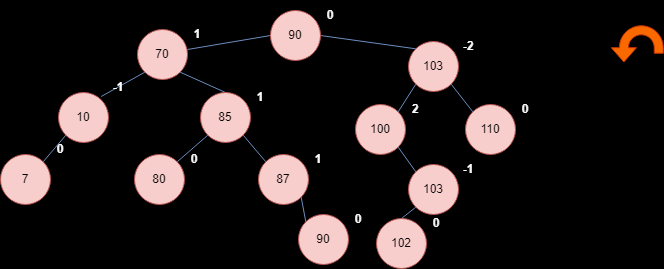
Earlier version of the draw.io export arbolBin.png (AnaTuPatrona/pepito). Source tidied: cells renumbered, new cells last; positions are measured from the earlier drawing's top-left corner, leaving out a move shared by most shapes.
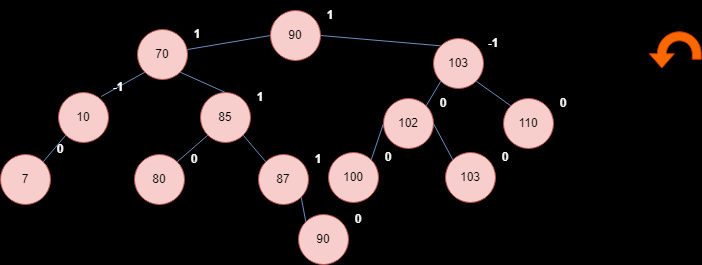
Above is the later version.

Diff of the diagram source:
```diff
@@ -36,25 +36,25 @@
       <mxGeometry relative="1" as="geometry" />
     </mxCell>
     <mxCell id="13" style="html=1;shadow=0;dashed=0;align=center;verticalAlign=middle;shape=mxgraph.arrows2.uTurnArrow;dy=4.5;arrowHead=25.23;dx2=14.37;strokeColor=#C73500;fontFamily=Helvetica;fontSize=12;fontColor=#000000;fillColor=#fa6800;rotation=90;flipH=0;flipV=1;" parent="1" vertex="1">
-      <mxGeometry x="623" y="13" width="27.5" height="52" as="geometry" />
+      <mxGeometry x="661" y="19" width="27.5" height="52" as="geometry" />
     </mxCell>
     <mxCell id="14" style="edgeStyle=orthogonalEdgeStyle;rounded=0;jettySize=auto;html=1;fontFamily=Helvetica;fontSize=12;fontColor=#FAFAFA;strokeColor=none;" parent="1" edge="1" source="8" target="10">
       <mxGeometry relative="1" as="geometry" />
     </mxCell>
     <mxCell id="15" style="group;" parent="1" vertex="1">
-      <mxGeometry x="408" y="31" width="70" height="60" as="geometry" />
+      <mxGeometry x="433" y="28" width="70" height="60" as="geometry" />
     </mxCell>
     <mxCell id="16" value="103" style="ellipse;whiteSpace=wrap;html=1;fillColor=#f8cecc;strokeColor=#b85450;" parent="15" vertex="1">
       <mxGeometry y="10" width="50" height="50" as="geometry" />
     </mxCell>
-    <mxCell id="17" value="-2" style="text;html=1;align=center;verticalAlign=middle;whiteSpace=wrap;rounded=0;fontFamily=Helvetica;fontSize=12;glass=0;shadow=0;dashed=1;dashPattern=8 8;fontStyle=1;fontColor=#FAFAFA;" parent="15" vertex="1">
+    <mxCell id="17" value="-1" style="text;html=1;align=center;verticalAlign=middle;whiteSpace=wrap;rounded=0;fontFamily=Helvetica;fontSize=12;glass=0;shadow=0;dashed=1;dashPattern=8 8;fontStyle=1;fontColor=#FAFAFA;" parent="15" vertex="1">
       <mxGeometry x="50" width="20" height="30" as="geometry" />
     </mxCell>
     <mxCell id="18" style="endArrow=none;html=1;rounded=0;fontFamily=Helvetica;fontSize=12;fontColor=default;fillColor=#dae8fc;strokeColor=#6c8ebf;entryX=0;entryY=0;entryDx=0;entryDy=0;exitX=1;exitY=0.5;exitDx=0;exitDy=0;" parent="1" edge="1" source="28" target="16">
       <mxGeometry relative="1" as="geometry" />
     </mxCell>
     <mxCell id="19" style="group;" parent="1" vertex="1">
-      <mxGeometry x="465" y="94" width="70" height="60" as="geometry" />
+      <mxGeometry x="503" y="88" width="70" height="60" as="geometry" />
     </mxCell>
     <mxCell id="20" value="110" style="ellipse;whiteSpace=wrap;html=1;fillColor=#f8cecc;strokeColor=#b85450;" parent="19" vertex="1">
       <mxGeometry y="10" width="50" height="50" as="geometry" />
@@ -83,22 +83,22 @@
     <mxCell id="28" value="90" style="ellipse;whiteSpace=wrap;html=1;fillColor=#f8cecc;strokeColor=#b85450;" parent="27" vertex="1">
       <mxGeometry y="10" width="50" height="50" as="geometry" />
     </mxCell>
-    <mxCell id="29" value="0" style="text;html=1;align=center;verticalAlign=middle;whiteSpace=wrap;rounded=0;fontFamily=Helvetica;fontSize=12;glass=0;shadow=0;dashed=1;dashPattern=8 8;fontStyle=1;fontColor=#FAFAFA;" parent="27" vertex="1">
+    <mxCell id="29" value="1" style="text;html=1;align=center;verticalAlign=middle;whiteSpace=wrap;rounded=0;fontFamily=Helvetica;fontSize=12;glass=0;shadow=0;dashed=1;dashPattern=8 8;fontStyle=1;fontColor=#FAFAFA;" parent="27" vertex="1">
       <mxGeometry x="50" width="20" height="30" as="geometry" />
     </mxCell>
     <mxCell id="30" style="endArrow=none;html=1;rounded=0;fontFamily=Helvetica;fontSize=12;fontColor=default;fillColor=#dae8fc;strokeColor=#6c8ebf;exitX=0.5;exitY=0;exitDx=0;exitDy=0;entryX=1;entryY=1;entryDx=0;entryDy=0;" parent="1" edge="1" source="36" target="10">
       <mxGeometry relative="1" as="geometry" />
     </mxCell>
     <mxCell id="31" style="group;" parent="1" vertex="1">
-      <mxGeometry x="355" y="94" width="70" height="60" as="geometry" />
+      <mxGeometry x="328" y="142" width="70" height="60" as="geometry" />
     </mxCell>
     <mxCell id="32" value="100" style="ellipse;whiteSpace=wrap;html=1;fillColor=#f8cecc;strokeColor=#b85450;" parent="31" vertex="1">
       <mxGeometry y="10" width="50" height="50" as="geometry" />
     </mxCell>
-    <mxCell id="33" value="2" style="text;html=1;align=center;verticalAlign=middle;whiteSpace=wrap;rounded=0;fontFamily=Helvetica;fontSize=12;glass=0;shadow=0;dashed=1;dashPattern=8 8;fontStyle=1;fontColor=#FAFAFA;" parent="31" vertex="1">
+    <mxCell id="33" value="0" style="text;html=1;align=center;verticalAlign=middle;whiteSpace=wrap;rounded=0;fontFamily=Helvetica;fontSize=12;glass=0;shadow=0;dashed=1;dashPattern=8 8;fontStyle=1;fontColor=#FAFAFA;" parent="31" vertex="1">
       <mxGeometry x="50" width="20" height="30" as="geometry" />
     </mxCell>
-    <mxCell id="34" style="endArrow=none;html=1;rounded=0;fontFamily=Helvetica;fontSize=12;fontColor=default;fillColor=#dae8fc;strokeColor=#6c8ebf;entryX=1;entryY=0;entryDx=0;entryDy=0;exitX=0;exitY=1;exitDx=0;exitDy=0;" parent="1" edge="1" source="16" target="32">
+    <mxCell id="34" style="endArrow=none;html=1;rounded=0;fontFamily=Helvetica;fontSize=12;fontColor=default;fillColor=#dae8fc;strokeColor=#6c8ebf;exitX=0;exitY=1;exitDx=0;exitDy=0;entryX=1;entryY=0;entryDx=0;entryDy=0;" parent="1" edge="1" source="16" target="52">
       <mxGeometry relative="1" as="geometry" />
     </mxCell>
     <mxCell id="35" style="group;" parent="1" vertex="1">
@@ -126,15 +126,15 @@
       <mxGeometry relative="1" as="geometry" />
     </mxCell>
     <mxCell id="43" style="group;" parent="1" vertex="1">
-      <mxGeometry x="408" y="154" width="70" height="60" as="geometry" />
+      <mxGeometry x="445" y="142" width="70" height="60" as="geometry" />
     </mxCell>
     <mxCell id="44" value="103" style="ellipse;whiteSpace=wrap;html=1;fillColor=#f8cecc;strokeColor=#b85450;" parent="43" vertex="1">
       <mxGeometry y="10" width="50" height="50" as="geometry" />
     </mxCell>
-    <mxCell id="45" value="-1" style="text;html=1;align=center;verticalAlign=middle;whiteSpace=wrap;rounded=0;fontFamily=Helvetica;fontSize=12;glass=0;shadow=0;dashed=1;dashPattern=8 8;fontStyle=1;fontColor=#FAFAFA;" parent="43" vertex="1">
+    <mxCell id="45" value="0" style="text;html=1;align=center;verticalAlign=middle;whiteSpace=wrap;rounded=0;fontFamily=Helvetica;fontSize=12;glass=0;shadow=0;dashed=1;dashPattern=8 8;fontStyle=1;fontColor=#FAFAFA;" parent="43" vertex="1">
       <mxGeometry x="50" width="20" height="30" as="geometry" />
     </mxCell>
-    <mxCell id="46" style="endArrow=none;html=1;rounded=0;fontFamily=Helvetica;fontSize=12;fontColor=default;fillColor=#dae8fc;strokeColor=#6c8ebf;entryX=0;entryY=0;entryDx=0;entryDy=0;exitX=1;exitY=1;exitDx=0;exitDy=0;" parent="1" edge="1" source="32" target="44">
+    <mxCell id="46" style="endArrow=none;html=1;rounded=0;fontFamily=Helvetica;fontSize=12;fontColor=default;fillColor=#dae8fc;strokeColor=#6c8ebf;exitX=1;exitY=0;exitDx=0;exitDy=0;entryX=0;entryY=0.5;entryDx=0;entryDy=0;" parent="1" edge="1" source="32" target="52">
       <mxGeometry relative="1" as="geometry" />
     </mxCell>
     <mxCell id="47" style="group;" parent="1" vertex="1">
@@ -150,7 +150,7 @@
       <mxGeometry relative="1" as="geometry" />
     </mxCell>
     <mxCell id="51" style="group;" parent="1" vertex="1">
-      <mxGeometry x="376" y="208" width="70" height="60" as="geometry" />
+      <mxGeometry x="383" y="88" width="70" height="60" as="geometry" />
     </mxCell>
     <mxCell id="52" value="102" style="ellipse;whiteSpace=wrap;html=1;fillColor=#f8cecc;strokeColor=#b85450;" parent="51" vertex="1">
       <mxGeometry y="10" width="50" height="50" as="geometry" />
@@ -158,7 +158,7 @@
     <mxCell id="53" value="0" style="text;html=1;align=center;verticalAlign=middle;whiteSpace=wrap;rounded=0;fontFamily=Helvetica;fontSize=12;glass=0;shadow=0;dashed=1;dashPattern=8 8;fontStyle=1;fontColor=#FAFAFA;" parent="51" vertex="1">
       <mxGeometry x="50" width="20" height="30" as="geometry" />
     </mxCell>
-    <mxCell id="54" style="endArrow=none;html=1;rounded=0;fontFamily=Helvetica;fontSize=12;fontColor=default;exitX=0;exitY=1;exitDx=0;exitDy=0;fillColor=#dae8fc;strokeColor=#6c8ebf;entryX=0.5;entryY=0;entryDx=0;entryDy=0;" parent="1" edge="1" source="44" target="52">
+    <mxCell id="54" style="endArrow=none;html=1;rounded=0;fontFamily=Helvetica;fontSize=12;fontColor=default;exitX=0;exitY=0;exitDx=0;exitDy=0;fillColor=#dae8fc;strokeColor=#6c8ebf;entryX=1;entryY=0.5;entryDx=0;entryDy=0;" parent="1" edge="1" source="44" target="52">
       <mxGeometry relative="1" as="geometry" />
     </mxCell>
   </root>
```
